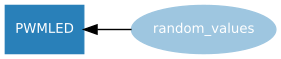
The Graphviz diagram docs/images/source_values/source_tool_candle.png in gpiozero/gpiozero, before a commit. Its source is kept beside it as docs/images/source_values/source_tool_candle.dot.
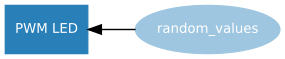
After the commit.

What changed in the source:
```diff
@@ -7,12 +7,12 @@
     /* Devices */
     node [shape=rect, style=filled, color="#2980b9", fontname=Sans, fontcolor="#ffffff", fontsize=10];
 
-    PWMLED
+    pwmled [label="PWM LED"]
 
     /* functions */
     node [shape=oval, style=filled, color="#9ec6e0", fontcolor="#ffffff"];
 
     random_values
 
-    random_values -> PWMLED;
+    random_values -> pwmled;
 }
```
